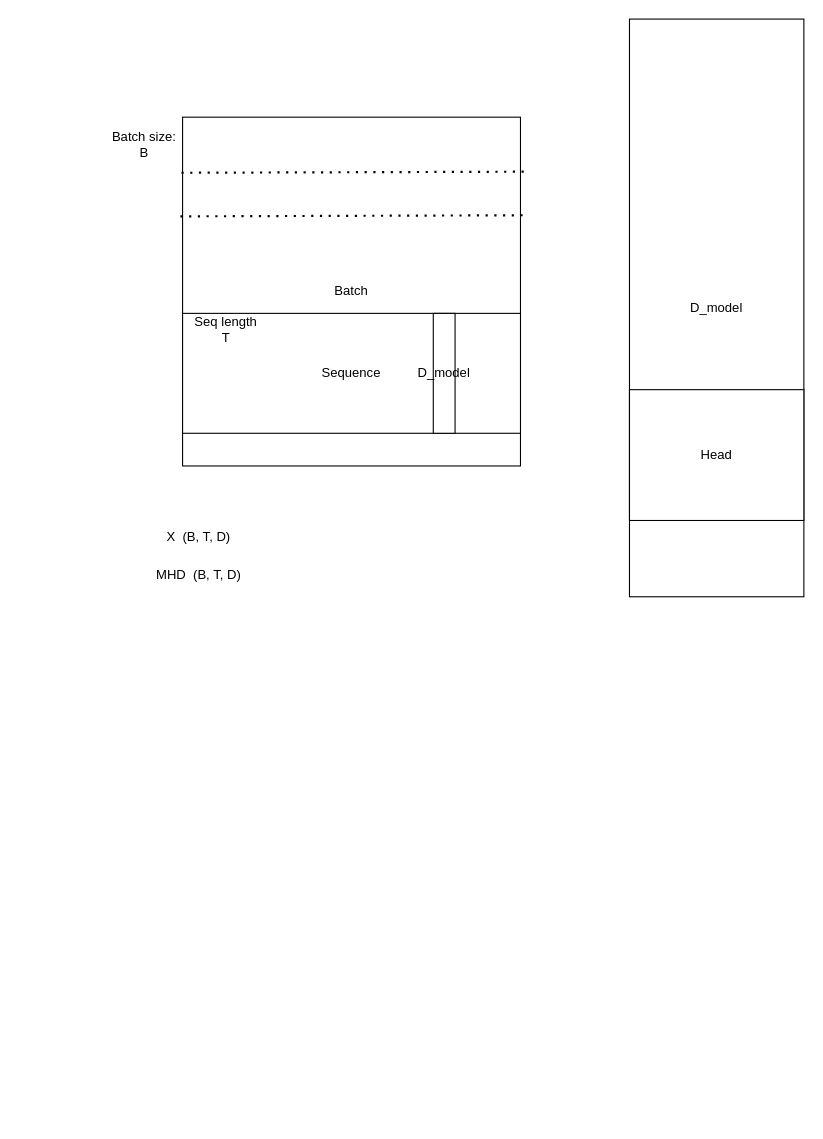
Earlier version of the draw.io diagram ml/transformer/tensor_sizes.drawio (frankieliu/algorithms). Source tidied: cells renumbered, new cells numbered last; positions are measured from the earlier drawing's top-left corner, leaving out a move shared by most shapes. Both pictures are drawn from the tidied source at 109%, with x=0, y=0 at pixel (62, 19).
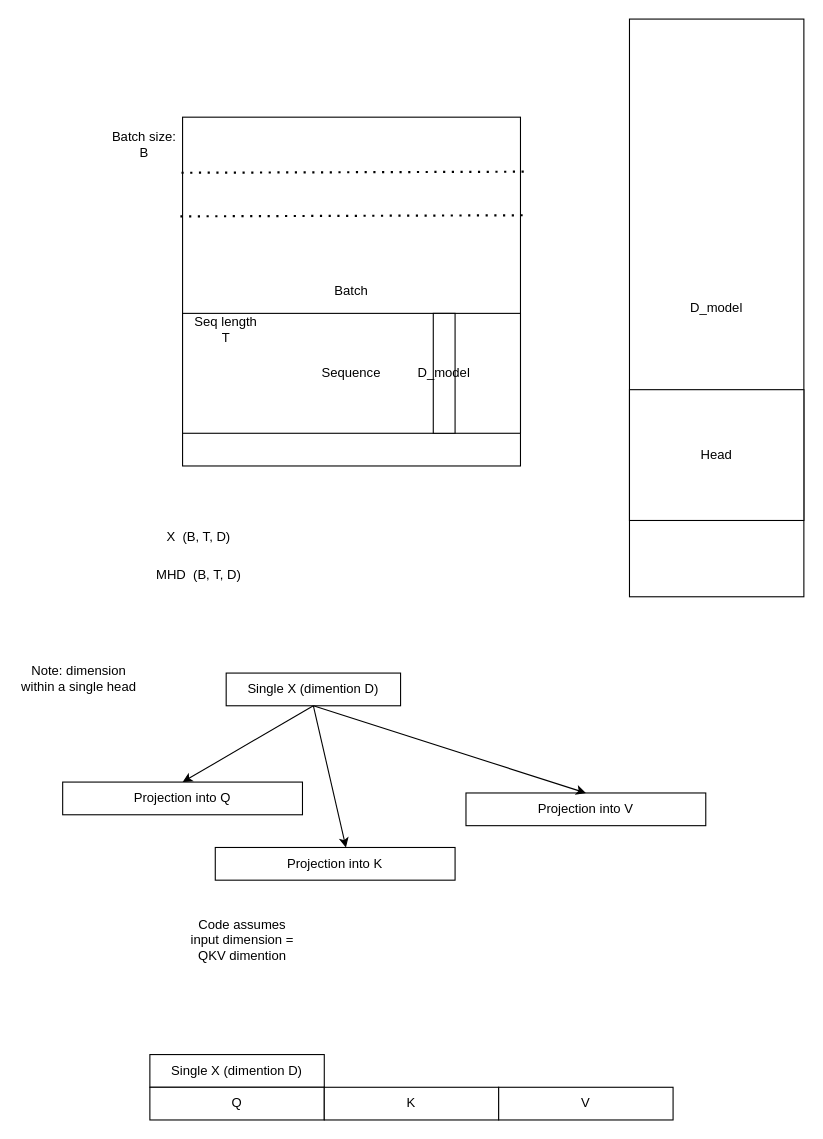
After the change.

The edit, as a diff of the source:
```diff
@@
+    <mxCell id="13" value="Note: dimension within a single head" style="text;html=1;align=center;verticalAlign=middle;whiteSpace=wrap;rounded=0;" parent="1" vertex="1">
+      <mxGeometry x="-40" y="590" width="110" height="30" as="geometry" />
+    </mxCell>
+    <mxCell id="14" value="Single X (dimention D)" style="rounded=0;whiteSpace=wrap;html=1;" parent="1" vertex="1">
+      <mxGeometry x="150" y="600" width="160" height="30" as="geometry" />
+    </mxCell>
+    <mxCell id="15" style="endArrow=classic;html=1;rounded=0;exitX=0.5;exitY=1;exitDx=0;exitDy=0;entryX=0.5;entryY=0;entryDx=0;entryDy=0;" parent="1" edge="1" source="14" target="16">
+      <mxGeometry relative="1" as="geometry" />
+    </mxCell>
+    <mxCell id="16" value="Projection into Q" style="rounded=0;whiteSpace=wrap;html=1;" parent="1" vertex="1">
+      <mxGeometry y="700" width="220" height="30" as="geometry" />
+    </mxCell>
+    <mxCell id="17" value="Projection into K" style="rounded=0;whiteSpace=wrap;html=1;" parent="1" vertex="1">
+      <mxGeometry x="140" y="760" width="220" height="30" as="geometry" />
+    </mxCell>
+    <mxCell id="18" value="Projection into V" style="rounded=0;whiteSpace=wrap;html=1;" parent="1" vertex="1">
+      <mxGeometry x="370" y="710" width="220" height="30" as="geometry" />
+    </mxCell>
+    <mxCell id="19" style="endArrow=classic;html=1;rounded=0;exitX=0.5;exitY=1;exitDx=0;exitDy=0;entryX=0.545;entryY=0;entryDx=0;entryDy=0;entryPerimeter=0;" parent="1" edge="1" source="14" target="17">
+      <mxGeometry relative="1" as="geometry" />
+    </mxCell>
+    <mxCell id="20" style="endArrow=classic;html=1;rounded=0;entryX=0.5;entryY=0;entryDx=0;entryDy=0;" parent="1" edge="1" target="18">
+      <mxGeometry relative="1" as="geometry">
+        <mxPoint x="230" y="630" as="sourcePoint" />
+      </mxGeometry>
+    </mxCell>
+    <mxCell id="21" value="Code assumes input dimension = QKV dimention" style="text;html=1;align=center;verticalAlign=middle;whiteSpace=wrap;rounded=0;" parent="1" vertex="1">
+      <mxGeometry x="110" y="830" width="110" height="30" as="geometry" />
+    </mxCell>
+    <mxCell id="22" value="Single X (dimention D)" style="rounded=0;whiteSpace=wrap;html=1;" parent="1" vertex="1">
+      <mxGeometry x="80" y="950" width="160" height="30" as="geometry" />
+    </mxCell>
+    <mxCell id="23" value="Q" style="rounded=0;whiteSpace=wrap;html=1;" parent="1" vertex="1">
+      <mxGeometry x="80" y="980" width="160" height="30" as="geometry" />
+    </mxCell>
+    <mxCell id="24" value="K" style="rounded=0;whiteSpace=wrap;html=1;" parent="1" vertex="1">
+      <mxGeometry x="240" y="980" width="160" height="30" as="geometry" />
+    </mxCell>
+    <mxCell id="25" value="V" style="rounded=0;whiteSpace=wrap;html=1;" parent="1" vertex="1">
+      <mxGeometry x="400" y="980" width="160" height="30" as="geometry" />
+    </mxCell>
```
